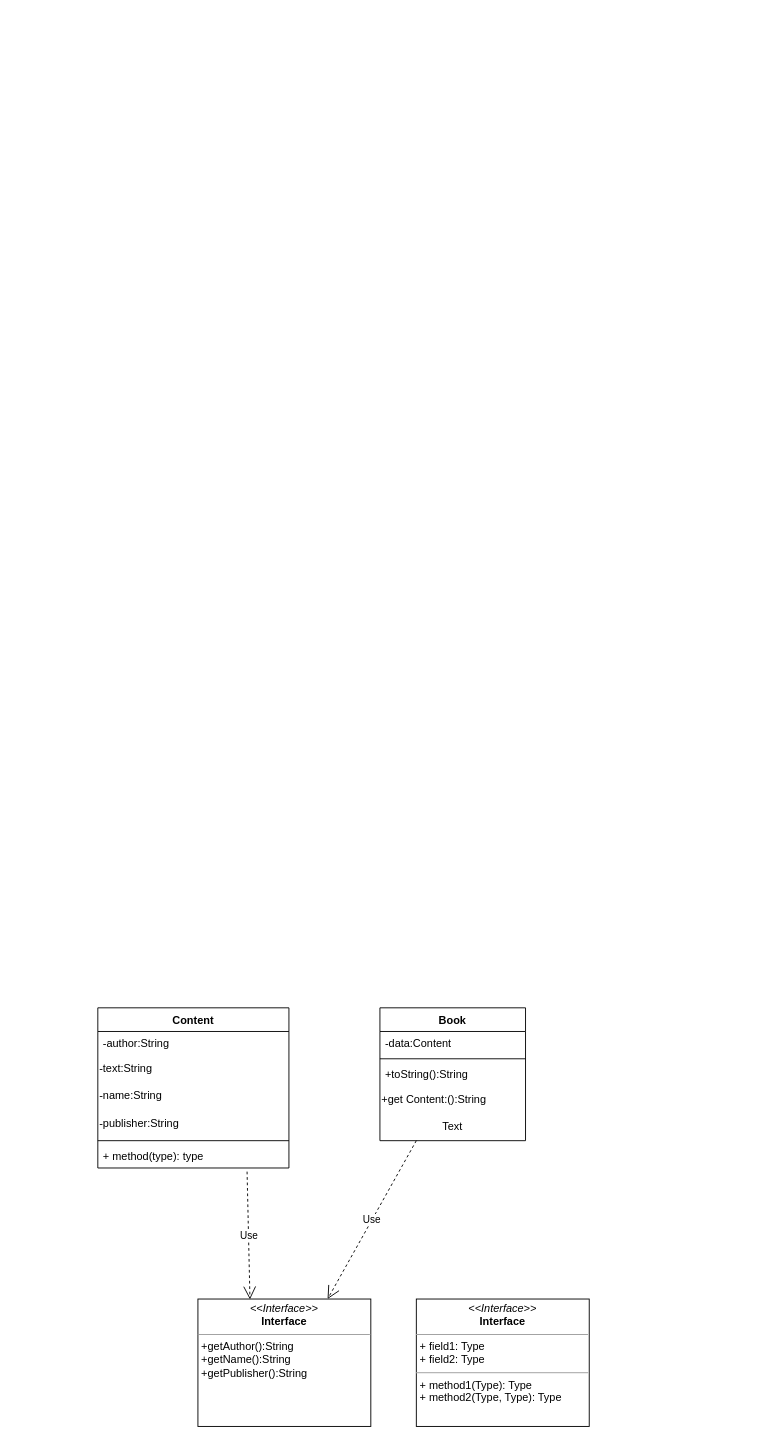
Earlier version of the draw.io diagram UML/Untitled Diagram.drawio (Mihai343/PP4). Source tidied: cells renumbered, new cells numbered last; positions are measured from the earlier drawing's top-left corner, leaving out a move shared by most shapes. Both pictures are drawn from the tidied source at 91%, with x=0, y=0 at pixel (97, 1007).
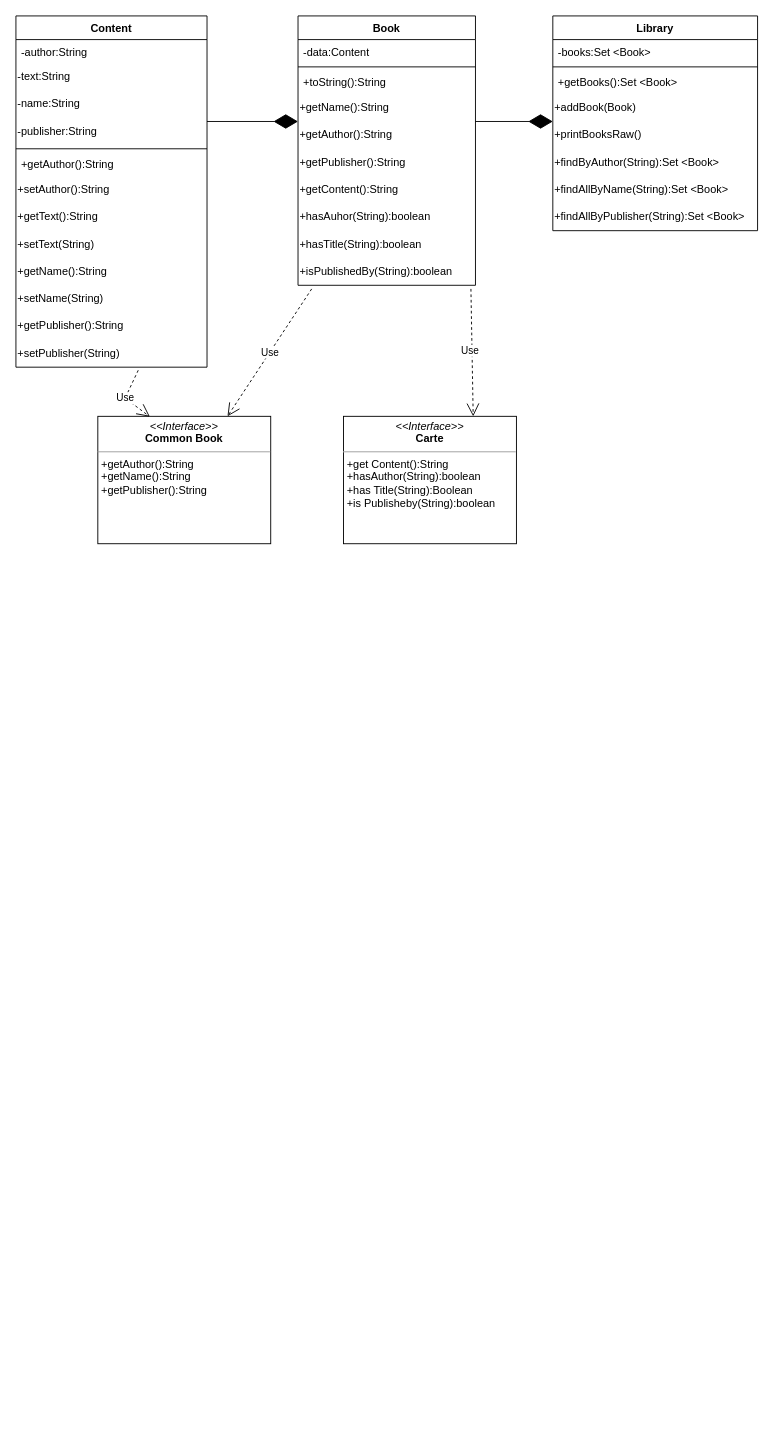
After the change.

Change to the diagram source:
```diff
@@
     <mxCell id="2" value="Content" style="swimlane;fontStyle=1;align=center;verticalAlign=top;horizontal=1;startSize=26;whiteSpace=wrap;html=1;" parent="1" vertex="1">
-      <mxGeometry width="210" height="176" as="geometry" />
+      <mxGeometry x="-90" y="-1090" width="210" height="386" as="geometry" />
     </mxCell>
@@
-    <mxCell id="8" value="+ method(type): type" style="text;strokeColor=none;fillColor=none;align=left;verticalAlign=top;spacingLeft=4;spacingRight=4;overflow=hidden;points=[[0,0.5],[1,0.5]];portConstraint=eastwest;whiteSpace=wrap;html=1;" parent="2" vertex="1">
+    <mxCell id="8" value="+getAuthor():String" style="text;strokeColor=none;fillColor=none;align=left;verticalAlign=top;spacingLeft=4;spacingRight=4;overflow=hidden;points=[[0,0.5],[1,0.5]];portConstraint=eastwest;whiteSpace=wrap;html=1;" parent="2" vertex="1">
       <mxGeometry y="150" width="210" height="26" as="geometry" />
     </mxCell>
+    <mxCell id="19" value="+setAuthor():String" style="text;html=1;strokeColor=none;fillColor=none;align=left;verticalAlign=middle;whiteSpace=wrap;rounded=0;" parent="2" vertex="1">
+      <mxGeometry y="176" width="210" height="30" as="geometry" />
+    </mxCell>
+    <mxCell id="20" value="+getText():String" style="text;html=1;strokeColor=none;fillColor=none;align=left;verticalAlign=middle;whiteSpace=wrap;rounded=0;" parent="2" vertex="1">
+      <mxGeometry y="206" width="210" height="30" as="geometry" />
+    </mxCell>
+    <mxCell id="21" value="+setText(String)" style="text;html=1;strokeColor=none;fillColor=none;align=left;verticalAlign=middle;whiteSpace=wrap;rounded=0;" parent="2" vertex="1">
+      <mxGeometry y="236" width="210" height="30" as="geometry" />
+    </mxCell>
+    <mxCell id="22" value="+getName():String" style="text;html=1;strokeColor=none;fillColor=none;align=left;verticalAlign=middle;whiteSpace=wrap;rounded=0;" parent="2" vertex="1">
+      <mxGeometry y="266" width="210" height="30" as="geometry" />
+    </mxCell>
+    <mxCell id="23" value="+setName(String)" style="text;html=1;strokeColor=none;fillColor=none;align=left;verticalAlign=middle;whiteSpace=wrap;rounded=0;" parent="2" vertex="1">
+      <mxGeometry y="296" width="210" height="30" as="geometry" />
+    </mxCell>
+    <mxCell id="24" value="+getPublisher():String" style="text;html=1;strokeColor=none;fillColor=none;align=left;verticalAlign=middle;whiteSpace=wrap;rounded=0;" parent="2" vertex="1">
+      <mxGeometry y="326" width="210" height="30" as="geometry" />
+    </mxCell>
+    <mxCell id="25" value="+setPublisher(String)" style="text;html=1;strokeColor=none;fillColor=none;align=left;verticalAlign=middle;whiteSpace=wrap;rounded=0;" parent="2" vertex="1">
+      <mxGeometry y="356" width="210" height="30" as="geometry" />
+    </mxCell>
-    <mxCell id="9" value="&lt;p style=&quot;margin:0px;margin-top:4px;text-align:center;&quot;&gt;&lt;i&gt;&amp;lt;&amp;lt;Interface&amp;gt;&amp;gt;&lt;/i&gt;&lt;br&gt;&lt;b&gt;Interface&lt;/b&gt;&lt;/p&gt;&lt;hr size=&quot;1&quot;&gt;&lt;p style=&quot;margin:0px;margin-left:4px;&quot;&gt;+getAuthor():String&lt;/p&gt;&lt;p style=&quot;margin:0px;margin-left:4px;&quot;&gt;+getName():String&lt;/p&gt;&lt;p style=&quot;margin:0px;margin-left:4px;&quot;&gt;+getPublisher():String&lt;/p&gt;&lt;p style=&quot;margin:0px;margin-left:4px;&quot;&gt;&lt;br&gt;&lt;/p&gt;" style="verticalAlign=top;align=left;overflow=fill;fontSize=12;fontFamily=Helvetica;html=1;whiteSpace=wrap;" parent="1" vertex="1">
-      <mxGeometry x="110" y="320" width="190" height="140" as="geometry" />
+    <mxCell id="9" value="&lt;p style=&quot;margin:0px;margin-top:4px;text-align:center;&quot;&gt;&lt;i&gt;&amp;lt;&amp;lt;Interface&amp;gt;&amp;gt;&lt;/i&gt;&lt;br&gt;&lt;b&gt;Common Book&lt;/b&gt;&lt;/p&gt;&lt;hr size=&quot;1&quot;&gt;&lt;p style=&quot;margin:0px;margin-left:4px;&quot;&gt;+getAuthor():String&lt;/p&gt;&lt;p style=&quot;margin:0px;margin-left:4px;&quot;&gt;+getName():String&lt;/p&gt;&lt;p style=&quot;margin:0px;margin-left:4px;&quot;&gt;+getPublisher():String&lt;/p&gt;&lt;p style=&quot;margin:0px;margin-left:4px;&quot;&gt;&lt;br&gt;&lt;/p&gt;" style="verticalAlign=top;align=left;overflow=fill;fontSize=12;fontFamily=Helvetica;html=1;whiteSpace=wrap;" parent="1" vertex="1">
+      <mxGeometry y="-650" width="190" height="140" as="geometry" />
     </mxCell>
-    <mxCell id="10" value="Use" style="endArrow=open;endSize=12;dashed=1;html=1;rounded=0;entryX=0.301;entryY=0.003;entryDx=0;entryDy=0;entryPerimeter=0;exitX=0.781;exitY=1.154;exitDx=0;exitDy=0;exitPerimeter=0;" parent="1" edge="1" source="8" target="9">
-      <mxGeometry relative="1" as="geometry" />
+    <mxCell id="10" value="Use" style="endArrow=open;endSize=12;dashed=1;html=1;rounded=0;entryX=0.301;entryY=0.003;entryDx=0;entryDy=0;entryPerimeter=0;exitX=0.64;exitY=1.113;exitDx=0;exitDy=0;exitPerimeter=0;" parent="1" edge="1" source="25" target="9">
+      <mxGeometry relative="1" as="geometry">
+        <Array as="points">
+          <mxPoint x="30" y="-670" />
+        </Array>
+      </mxGeometry>
     </mxCell>
     <mxCell id="11" value="Book" style="swimlane;fontStyle=1;align=center;verticalAlign=top;horizontal=1;startSize=26;whiteSpace=wrap;html=1;" parent="1" vertex="1">
-      <mxGeometry x="310" width="160" height="146" as="geometry" />
+      <mxGeometry x="220" y="-1090" width="195" height="296" as="geometry" />
     </mxCell>
     <mxCell id="12" value="-data:Content" style="text;strokeColor=none;fillColor=none;align=left;verticalAlign=top;spacingLeft=4;spacingRight=4;overflow=hidden;whiteSpace=wrap;html=1;" parent="11" vertex="1">
-      <mxGeometry y="26" width="160" height="26" as="geometry" />
+      <mxGeometry y="26" width="195" height="26" as="geometry" />
     </mxCell>
     <mxCell id="13" style="line;strokeWidth=1;fillColor=none;align=left;verticalAlign=middle;spacingTop=-1;spacingLeft=3;spacingRight=3;labelPosition=right;strokeColor=inherit;" parent="11" vertex="1">
-      <mxGeometry y="52" width="160" height="8" as="geometry" />
+      <mxGeometry y="52" width="195" height="8" as="geometry" />
     </mxCell>
     <mxCell id="14" value="+toString():String" style="text;strokeColor=none;fillColor=none;align=left;verticalAlign=top;spacingLeft=4;spacingRight=4;overflow=hidden;whiteSpace=wrap;html=1;" parent="11" vertex="1">
-      <mxGeometry y="60" width="160" height="26" as="geometry" />
+      <mxGeometry y="60" width="195" height="26" as="geometry" />
     </mxCell>
-    <mxCell id="15" value="+get Content:():String" style="text;html=1;strokeColor=none;fillColor=none;align=left;verticalAlign=middle;whiteSpace=wrap;rounded=0;" parent="11" vertex="1">
-      <mxGeometry y="86" width="160" height="30" as="geometry" />
-    </mxCell>
-    <mxCell id="16" value="Text" style="text;html=1;strokeColor=none;fillColor=none;align=center;verticalAlign=middle;whiteSpace=wrap;rounded=0;" parent="11" vertex="1">
-      <mxGeometry y="116" width="160" height="30" as="geometry" />
+    <mxCell id="16" value="+getName():String" style="text;html=1;strokeColor=none;fillColor=none;align=left;verticalAlign=middle;whiteSpace=wrap;rounded=0;" parent="11" vertex="1">
+      <mxGeometry y="86" width="195" height="30" as="geometry" />
     </mxCell>
+    <mxCell id="26" value="+getAuthor():String" style="text;html=1;strokeColor=none;fillColor=none;align=left;verticalAlign=middle;whiteSpace=wrap;rounded=0;" parent="11" vertex="1">
+      <mxGeometry y="116" width="195" height="30" as="geometry" />
+    </mxCell>
+    <mxCell id="27" value="+getPublisher():String" style="text;html=1;strokeColor=none;fillColor=none;align=left;verticalAlign=middle;whiteSpace=wrap;rounded=0;" parent="11" vertex="1">
+      <mxGeometry y="146" width="195" height="30" as="geometry" />
+    </mxCell>
+    <mxCell id="28" value="+getContent():String" style="text;html=1;strokeColor=none;fillColor=none;align=left;verticalAlign=middle;whiteSpace=wrap;rounded=0;" parent="11" vertex="1">
+      <mxGeometry y="176" width="195" height="30" as="geometry" />
+    </mxCell>
+    <mxCell id="29" value="+hasAuhor(String):boolean" style="text;html=1;strokeColor=none;fillColor=none;align=left;verticalAlign=middle;whiteSpace=wrap;rounded=0;" parent="11" vertex="1">
+      <mxGeometry y="206" width="195" height="30" as="geometry" />
+    </mxCell>
+    <mxCell id="30" value="+hasTitle(String):boolean" style="text;html=1;strokeColor=none;fillColor=none;align=left;verticalAlign=middle;whiteSpace=wrap;rounded=0;" parent="11" vertex="1">
+      <mxGeometry y="236" width="195" height="30" as="geometry" />
+    </mxCell>
+    <mxCell id="31" value="+isPublishedBy(String):boolean" style="text;html=1;strokeColor=none;fillColor=none;align=left;verticalAlign=middle;whiteSpace=wrap;rounded=0;" parent="11" vertex="1">
+      <mxGeometry y="266" width="195" height="30" as="geometry" />
+    </mxCell>
-    <mxCell id="17" value="Use" style="endArrow=open;endSize=12;dashed=1;html=1;rounded=0;exitX=0.25;exitY=1;exitDx=0;exitDy=0;entryX=0.75;entryY=0;entryDx=0;entryDy=0;" parent="1" edge="1" source="16" target="9">
+    <mxCell id="17" value="Use" style="endArrow=open;endSize=12;dashed=1;html=1;rounded=0;exitX=0.077;exitY=1.133;exitDx=0;exitDy=0;entryX=0.75;entryY=0;entryDx=0;entryDy=0;exitPerimeter=0;" parent="1" edge="1" source="31" target="9">
       <mxGeometry relative="1" as="geometry" />
     </mxCell>
-    <mxCell id="18" value="&lt;p style=&quot;margin:0px;margin-top:4px;text-align:center;&quot;&gt;&lt;i&gt;&amp;lt;&amp;lt;Interface&amp;gt;&amp;gt;&lt;/i&gt;&lt;br/&gt;&lt;b&gt;Interface&lt;/b&gt;&lt;/p&gt;&lt;hr size=&quot;1&quot;/&gt;&lt;p style=&quot;margin:0px;margin-left:4px;&quot;&gt;+ field1: Type&lt;br/&gt;+ field2: Type&lt;/p&gt;&lt;hr size=&quot;1&quot;/&gt;&lt;p style=&quot;margin:0px;margin-left:4px;&quot;&gt;+ method1(Type): Type&lt;br/&gt;+ method2(Type, Type): Type&lt;/p&gt;" style="verticalAlign=top;align=left;overflow=fill;fontSize=12;fontFamily=Helvetica;html=1;whiteSpace=wrap;" parent="1" vertex="1">
-      <mxGeometry x="350" y="320" width="190" height="140" as="geometry" />
+    <mxCell id="18" value="&lt;p style=&quot;margin:0px;margin-top:4px;text-align:center;&quot;&gt;&lt;i&gt;&amp;lt;&amp;lt;Interface&amp;gt;&amp;gt;&lt;/i&gt;&lt;br&gt;&lt;b&gt;Carte&lt;/b&gt;&lt;/p&gt;&lt;hr size=&quot;1&quot;&gt;&lt;p style=&quot;margin:0px;margin-left:4px;&quot;&gt;+get Content():String&lt;/p&gt;&lt;p style=&quot;margin:0px;margin-left:4px;&quot;&gt;&lt;span style=&quot;background-color: initial;&quot;&gt;+hasAuthor(String):boolean&lt;/span&gt;&lt;br&gt;&lt;/p&gt;&lt;p style=&quot;margin:0px;margin-left:4px;&quot;&gt;+has Title(String):Boolean&lt;/p&gt;&lt;p style=&quot;margin:0px;margin-left:4px;&quot;&gt;+is Publisheby(String):boolean&lt;/p&gt;&lt;p style=&quot;margin:0px;margin-left:4px;&quot;&gt;&lt;br&gt;&lt;/p&gt;" style="verticalAlign=top;align=left;overflow=fill;fontSize=12;fontFamily=Helvetica;html=1;whiteSpace=wrap;" parent="1" vertex="1">
+      <mxGeometry x="270" y="-650" width="190" height="140" as="geometry" />
     </mxCell>
+    <mxCell id="32" value="Use" style="endArrow=open;endSize=12;dashed=1;html=1;rounded=0;entryX=0.75;entryY=0;entryDx=0;entryDy=0;" parent="1" edge="1" target="18">
+      <mxGeometry x="-0.03" y="-2" relative="1" as="geometry">
+        <mxPoint x="410" y="-790" as="sourcePoint" />
+      </mxGeometry>
+    </mxCell>
+    <mxCell id="33" style="endArrow=diamondThin;endFill=1;endSize=24;html=1;rounded=0;entryX=0;entryY=1;entryDx=0;entryDy=0;" parent="1" edge="1" target="16">
+      <mxGeometry relative="1" as="geometry">
+        <mxPoint x="120" y="-974" as="sourcePoint" />
+      </mxGeometry>
+    </mxCell>
+    <mxCell id="34" value="Library" style="swimlane;fontStyle=1;align=center;verticalAlign=top;horizontal=1;startSize=26;whiteSpace=wrap;html=1;" parent="1" vertex="1">
+      <mxGeometry x="500" y="-1090" width="225" height="236" as="geometry" />
+    </mxCell>
+    <mxCell id="35" value="-books:Set &amp;lt;Book&amp;gt;" style="text;strokeColor=none;fillColor=none;align=left;verticalAlign=top;spacingLeft=4;spacingRight=4;overflow=hidden;whiteSpace=wrap;html=1;" parent="34" vertex="1">
+      <mxGeometry y="26" width="225" height="26" as="geometry" />
+    </mxCell>
+    <mxCell id="36" style="line;strokeWidth=1;fillColor=none;align=left;verticalAlign=middle;spacingTop=-1;spacingLeft=3;spacingRight=3;labelPosition=right;strokeColor=inherit;" parent="34" vertex="1">
+      <mxGeometry y="52" width="225" height="8" as="geometry" />
+    </mxCell>
+    <mxCell id="37" value="+getBooks():Set &amp;lt;Book&amp;gt;" style="text;strokeColor=none;fillColor=none;align=left;verticalAlign=top;spacingLeft=4;spacingRight=4;overflow=hidden;whiteSpace=wrap;html=1;" parent="34" vertex="1">
+      <mxGeometry y="60" width="225" height="26" as="geometry" />
+    </mxCell>
+    <mxCell id="38" value="+addBook(Book)" style="text;html=1;strokeColor=none;fillColor=none;align=left;verticalAlign=middle;whiteSpace=wrap;rounded=0;" parent="34" vertex="1">
+      <mxGeometry y="86" width="225" height="30" as="geometry" />
+    </mxCell>
+    <mxCell id="39" value="+printBooksRaw()" style="text;html=1;strokeColor=none;fillColor=none;align=left;verticalAlign=middle;whiteSpace=wrap;rounded=0;" parent="34" vertex="1">
+      <mxGeometry y="116" width="225" height="30" as="geometry" />
+    </mxCell>
+    <mxCell id="40" value="+findByAuthor(String):Set &amp;lt;Book&amp;gt;" style="text;html=1;strokeColor=none;fillColor=none;align=left;verticalAlign=middle;whiteSpace=wrap;rounded=0;" parent="34" vertex="1">
+      <mxGeometry y="146" width="225" height="30" as="geometry" />
+    </mxCell>
+    <mxCell id="41" value="+findAllByName(String):Set &amp;lt;Book&amp;gt;" style="text;html=1;strokeColor=none;fillColor=none;align=left;verticalAlign=middle;whiteSpace=wrap;rounded=0;" parent="34" vertex="1">
+      <mxGeometry y="176" width="225" height="30" as="geometry" />
+    </mxCell>
+    <mxCell id="42" value="+findAllByPublisher(String):Set &amp;lt;Book&amp;gt;" style="text;html=1;strokeColor=none;fillColor=none;align=left;verticalAlign=middle;whiteSpace=wrap;rounded=0;" parent="34" vertex="1">
+      <mxGeometry y="206" width="225" height="30" as="geometry" />
+    </mxCell>
+    <mxCell id="43" style="endArrow=diamondThin;endFill=1;endSize=24;html=1;rounded=0;entryX=0;entryY=1;entryDx=0;entryDy=0;exitX=1;exitY=1;exitDx=0;exitDy=0;" parent="1" edge="1" source="16" target="38">
+      <mxGeometry relative="1" as="geometry" />
+    </mxCell>
```
